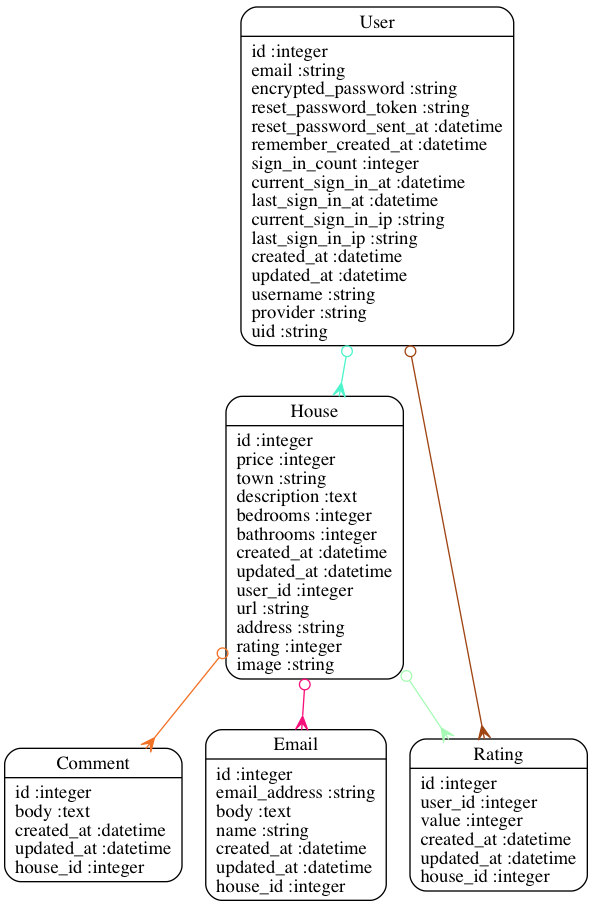
Before: models.png, a diagram exported from Graphviz (Maudulus/homedin). Its source is kept beside it as models.dot.
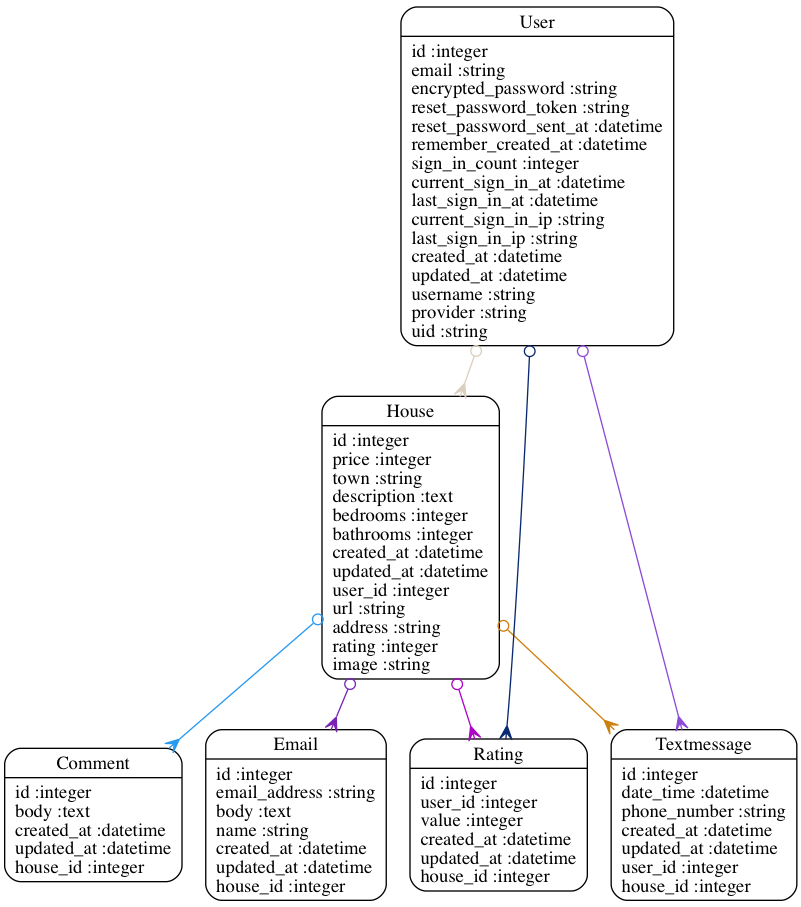
After the commit.

Commit message:
adjust models slightly

Diff of the diagram source:
```diff
@@ -4,10 +4,13 @@
 	"Email" [shape=Mrecord, label="{Email|id :integer\lemail_address :string\lbody :text\lname :string\lcreated_at :datetime\lupdated_at :datetime\lhouse_id :integer\l}"]
 	"House" [shape=Mrecord, label="{House|id :integer\lprice :integer\ltown :string\ldescription :text\lbedrooms :integer\lbathrooms :integer\lcreated_at :datetime\lupdated_at :datetime\luser_id :integer\lurl :string\laddress :string\lrating :integer\limage :string\l}"]
 	"Rating" [shape=Mrecord, label="{Rating|id :integer\luser_id :integer\lvalue :integer\lcreated_at :datetime\lupdated_at :datetime\lhouse_id :integer\l}"]
+	"Textmessage" [shape=Mrecord, label="{Textmessage|id :integer\ldate_time :datetime\lphone_number :string\lcreated_at :datetime\lupdated_at :datetime\luser_id :integer\lhouse_id :integer\l}"]
 	"User" [shape=Mrecord, label="{User|id :integer\lemail :string\lencrypted_password :string\lreset_password_token :string\lreset_password_sent_at :datetime\lremember_created_at :datetime\lsign_in_count :integer\lcurrent_sign_in_at :datetime\llast_sign_in_at :datetime\lcurrent_sign_in_ip :string\llast_sign_in_ip :string\lcreated_at :datetime\lupdated_at :datetime\lusername :string\lprovider :string\luid :string\l}"]
-	"House" -> "Comment" [arrowtail=odot, arrowhead=crow, dir=both color="#F17226"]
-	"House" -> "Email" [arrowtail=odot, arrowhead=crow, dir=both color="#F5107A"]
-	"House" -> "Rating" [arrowtail=odot, arrowhead=crow, dir=both color="#A7F9B6"]
-	"User" -> "House" [arrowtail=odot, arrowhead=crow, dir=both color="#4EF4CC"]
-	"User" -> "Rating" [arrowtail=odot, arrowhead=crow, dir=both color="#9F4412"]
+	"House" -> "Comment" [arrowtail=odot, arrowhead=crow, dir=both color="#2699F0"]
+	"House" -> "Email" [arrowtail=odot, arrowhead=crow, dir=both color="#7924B4"]
+	"House" -> "Rating" [arrowtail=odot, arrowhead=crow, dir=both color="#AD05C7"]
+	"House" -> "Textmessage" [arrowtail=odot, arrowhead=crow, dir=both color="#CC800D"]
+	"User" -> "House" [arrowtail=odot, arrowhead=crow, dir=both color="#DACFBF"]
+	"User" -> "Rating" [arrowtail=odot, arrowhead=crow, dir=both color="#0A2971"]
+	"User" -> "Textmessage" [arrowtail=odot, arrowhead=crow, dir=both color="#8B4BD6"]
 }
```
